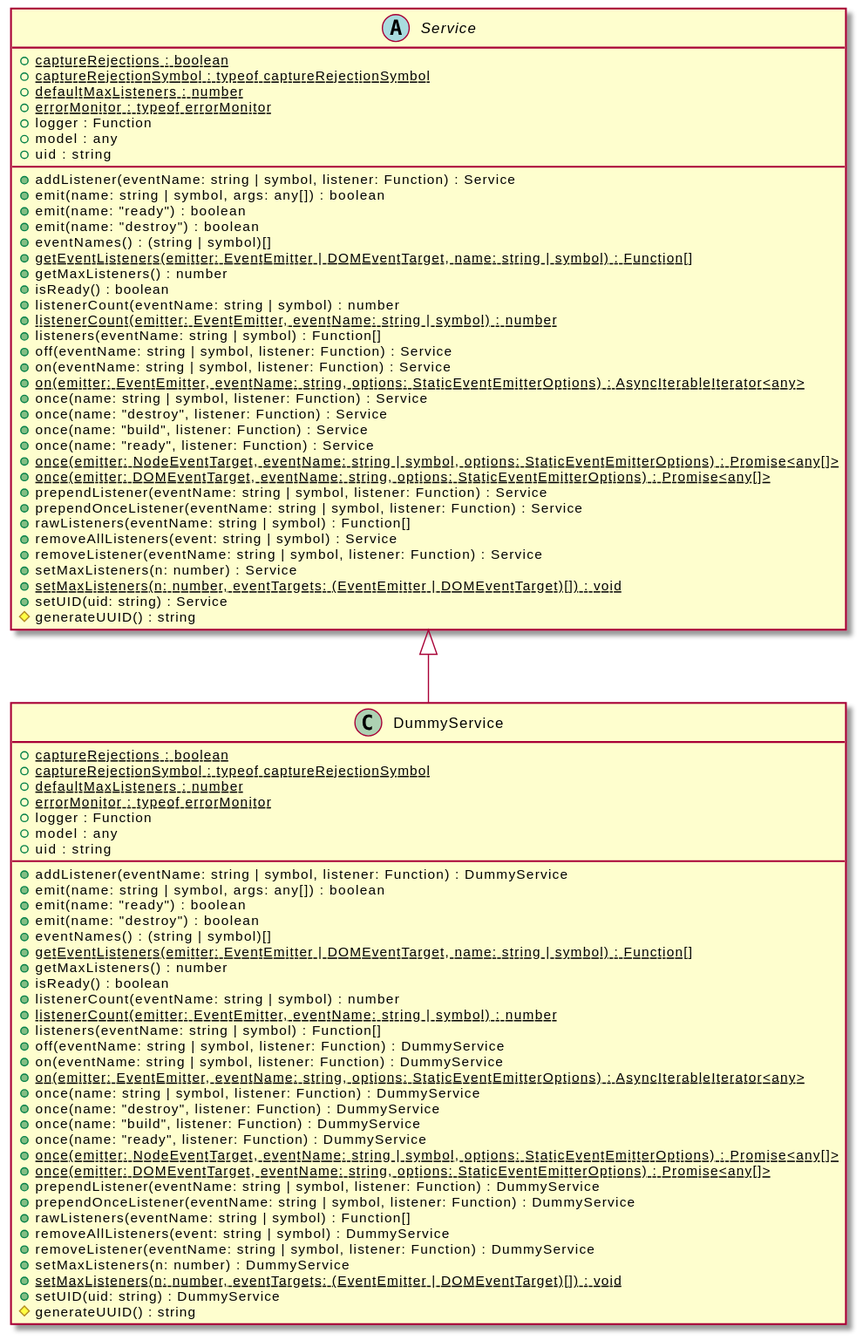
Above: assets/DummyService-umlClassDiagram-9757.svg in OpenHPS/openhps-core (PlantUML), before the change.
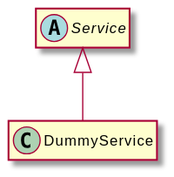
Later version of the same file.

What changed in the source:
```diff
@@ -3,80 +3,8 @@
 hide empty methods
 hide empty fields
 class "DummyService" {
-    {static} +captureRejections : boolean
-    {static} +captureRejectionSymbol : typeof captureRejectionSymbol
-    {static} +defaultMaxListeners : number
-    {static} +errorMonitor : typeof errorMonitor
-    +logger : Function
-    +model : any
-    +uid : string
-    +addListener(eventName: string | symbol, listener: Function) : DummyService
-    +emit(name: string | symbol, args: any[]) : boolean
-    +emit(name: "ready") : boolean
-    +emit(name: "destroy") : boolean
-    +eventNames() : (string | symbol)[]
-    {static} +getEventListeners(emitter: EventEmitter | DOMEventTarget, name: string | symbol) : Function[]
-    +getMaxListeners() : number
-    +isReady() : boolean
-    +listenerCount(eventName: string | symbol) : number
-    {static} +listenerCount(emitter: EventEmitter, eventName: string | symbol) : number
-    +listeners(eventName: string | symbol) : Function[]
-    +off(eventName: string | symbol, listener: Function) : DummyService
-    +on(eventName: string | symbol, listener: Function) : DummyService
-    {static} +on(emitter: EventEmitter, eventName: string, options: StaticEventEmitterOptions) : AsyncIterableIterator<any>
-    +once(name: string | symbol, listener: Function) : DummyService
-    +once(name: "destroy", listener: Function) : DummyService
-    +once(name: "build", listener: Function) : DummyService
-    +once(name: "ready", listener: Function) : DummyService
-    {static} +once(emitter: NodeEventTarget, eventName: string | symbol, options: StaticEventEmitterOptions) : Promise<any[]>
-    {static} +once(emitter: DOMEventTarget, eventName: string, options: StaticEventEmitterOptions) : Promise<any[]>
-    +prependListener(eventName: string | symbol, listener: Function) : DummyService
-    +prependOnceListener(eventName: string | symbol, listener: Function) : DummyService
-    +rawListeners(eventName: string | symbol) : Function[]
-    +removeAllListeners(event: string | symbol) : DummyService
-    +removeListener(eventName: string | symbol, listener: Function) : DummyService
-    +setMaxListeners(n: number) : DummyService
-    {static} +setMaxListeners(n: number, eventTargets: (EventEmitter | DOMEventTarget)[]) : void
-    +setUID(uid: string) : DummyService
-    #generateUUID() : string
 }
 abstract class "Service" {
-    {static} +captureRejections : boolean
-    {static} +captureRejectionSymbol : typeof captureRejectionSymbol
-    {static} +defaultMaxListeners : number
-    {static} +errorMonitor : typeof errorMonitor
-    +logger : Function
-    +model : any
-    +uid : string
-    +addListener(eventName: string | symbol, listener: Function) : Service
-    +emit(name: string | symbol, args: any[]) : boolean
-    +emit(name: "ready") : boolean
-    +emit(name: "destroy") : boolean
-    +eventNames() : (string | symbol)[]
-    {static} +getEventListeners(emitter: EventEmitter | DOMEventTarget, name: string | symbol) : Function[]
-    +getMaxListeners() : number
-    +isReady() : boolean
-    +listenerCount(eventName: string | symbol) : number
-    {static} +listenerCount(emitter: EventEmitter, eventName: string | symbol) : number
-    +listeners(eventName: string | symbol) : Function[]
-    +off(eventName: string | symbol, listener: Function) : Service
-    +on(eventName: string | symbol, listener: Function) : Service
-    {static} +on(emitter: EventEmitter, eventName: string, options: StaticEventEmitterOptions) : AsyncIterableIterator<any>
-    +once(name: string | symbol, listener: Function) : Service
-    +once(name: "destroy", listener: Function) : Service
-    +once(name: "build", listener: Function) : Service
-    +once(name: "ready", listener: Function) : Service
-    {static} +once(emitter: NodeEventTarget, eventName: string | symbol, options: StaticEventEmitterOptions) : Promise<any[]>
-    {static} +once(emitter: DOMEventTarget, eventName: string, options: StaticEventEmitterOptions) : Promise<any[]>
-    +prependListener(eventName: string | symbol, listener: Function) : Service
-    +prependOnceListener(eventName: string | symbol, listener: Function) : Service
-    +rawListeners(eventName: string | symbol) : Function[]
-    +removeAllListeners(event: string | symbol) : Service
-    +removeListener(eventName: string | symbol, listener: Function) : Service
-    +setMaxListeners(n: number) : Service
-    {static} +setMaxListeners(n: number, eventTargets: (EventEmitter | DOMEventTarget)[]) : void
-    +setUID(uid: string) : Service
-    #generateUUID() : string
 }
 "Service" <|-- "DummyService"
 @enduml
```
